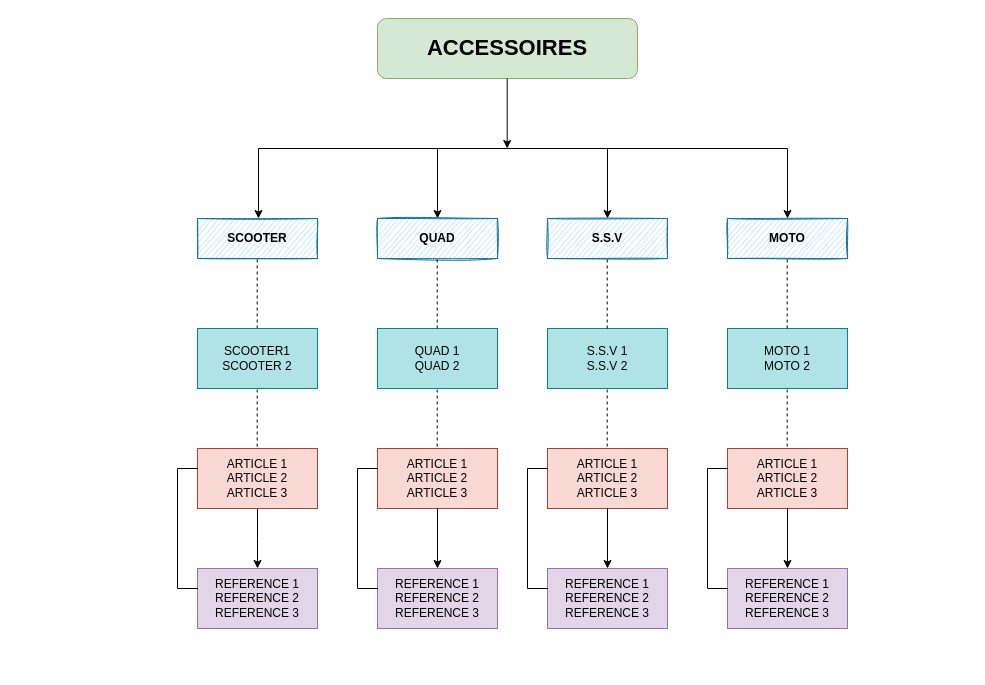
The draw.io diagram Untitled Diagram.drawio in lotfi54/Pizza, before the edit. Source tidied: cells renumbered, new cells numbered last; positions are measured from the earlier drawing's top-left corner, leaving out a move shared by most shapes. Both pictures are drawn from the tidied source at 100%, with x=0, y=0 at pixel (177, 18).
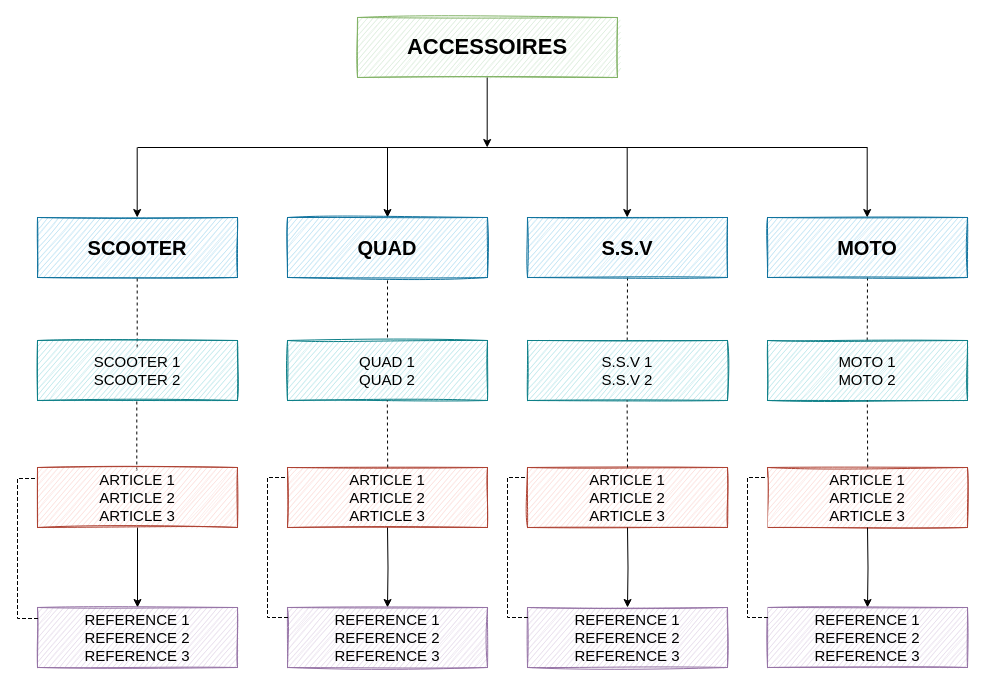
The same diagram, later.

The edit, as a diff of the source:
```diff
@@
-    <mxCell id="2" value="&lt;b&gt;&lt;font style=&quot;font-size: 22px&quot;&gt;ACCESSOIRES&lt;/font&gt;&lt;/b&gt;" style="rounded=1;whiteSpace=wrap;html=1;fillColor=#d5e8d4;strokeColor=#82b366;" parent="1" vertex="1">
-      <mxGeometry x="200" width="260" height="60" as="geometry" />
+    <mxCell id="2" value="&lt;b&gt;&lt;font style=&quot;font-size: 22px&quot;&gt;ACCESSOIRES&lt;/font&gt;&lt;/b&gt;" style="rounded=0;whiteSpace=wrap;html=1;fillColor=#d5e8d4;strokeColor=#82b366;sketch=1;" parent="1" vertex="1">
+      <mxGeometry x="180" y="-1" width="260" height="60" as="geometry" />
     </mxCell>
     <mxCell id="3" style="endArrow=none;html=1;" parent="1" edge="1">
       <mxGeometry relative="1" as="geometry">
-        <mxPoint x="81" y="130" as="sourcePoint" />
-        <mxPoint x="610" y="130" as="targetPoint" />
+        <mxPoint x="-40" y="129" as="sourcePoint" />
+        <mxPoint x="690" y="129" as="targetPoint" />
       </mxGeometry>
     </mxCell>
     <mxCell id="4" style="endArrow=classic;html=1;" parent="1" edge="1">
       <mxGeometry relative="1" as="geometry">
-        <mxPoint x="81" y="130" as="sourcePoint" />
-        <mxPoint x="81" y="200" as="targetPoint" />
+        <mxPoint x="-40.3" y="129" as="sourcePoint" />
+        <mxPoint x="-40.3" y="199" as="targetPoint" />
       </mxGeometry>
     </mxCell>
     <mxCell id="5" style="endArrow=classic;html=1;" parent="1" edge="1">
       <mxGeometry relative="1" as="geometry">
-        <mxPoint x="430" y="130" as="sourcePoint" />
-        <mxPoint x="430" y="200" as="targetPoint" />
+        <mxPoint x="449.7" y="129" as="sourcePoint" />
+        <mxPoint x="449.7" y="199" as="targetPoint" />
       </mxGeometry>
     </mxCell>
     <mxCell id="6" style="endArrow=classic;html=1;" parent="1" edge="1">
       <mxGeometry relative="1" as="geometry">
-        <mxPoint x="260" y="130" as="sourcePoint" />
-        <mxPoint x="260" y="200" as="targetPoint" />
+        <mxPoint x="210" y="129" as="sourcePoint" />
+        <mxPoint x="210" y="199" as="targetPoint" />
       </mxGeometry>
     </mxCell>
     <mxCell id="7" style="endArrow=classic;html=1;" parent="1" edge="1">
       <mxGeometry relative="1" as="geometry">
-        <mxPoint x="610" y="130" as="sourcePoint" />
-        <mxPoint x="610" y="200" as="targetPoint" />
+        <mxPoint x="689.7" y="129" as="sourcePoint" />
+        <mxPoint x="689.7" y="199" as="targetPoint" />
       </mxGeometry>
     </mxCell>
-    <mxCell id="8" value="&lt;b&gt;SCOOTER&lt;/b&gt;" style="rounded=0;whiteSpace=wrap;html=1;fillColor=#b1ddf0;strokeColor=#10739e;glass=0;shadow=0;sketch=1;" parent="1" vertex="1">
-      <mxGeometry x="20" y="200" width="120" height="40" as="geometry" />
+    <mxCell id="8" value="&lt;b&gt;&lt;font style=&quot;font-size: 20px&quot;&gt;SCOOTER&lt;/font&gt;&lt;/b&gt;" style="rounded=0;whiteSpace=wrap;html=1;fillColor=#b1ddf0;strokeColor=#10739e;glass=0;shadow=0;sketch=1;" parent="1" vertex="1">
+      <mxGeometry x="-140" y="199" width="200" height="60" as="geometry" />
     </mxCell>
+    <mxCell id="12" style="endArrow=classic;html=1;" parent="1" edge="1">
+      <mxGeometry relative="1" as="geometry">
+        <mxPoint x="309.7" y="59" as="sourcePoint" />
+        <mxPoint x="309.7" y="129" as="targetPoint" />
+      </mxGeometry>
+    </mxCell>
+    <mxCell id="13" style="endArrow=none;dashed=1;html=1;" parent="1" edge="1">
+      <mxGeometry relative="1" as="geometry">
+        <mxPoint x="-40.3" y="329" as="sourcePoint" />
+        <mxPoint x="-40.3" y="259" as="targetPoint" />
+      </mxGeometry>
+    </mxCell>
+    <mxCell id="14" value="&lt;font style=&quot;font-size: 15px&quot;&gt;SCOOTER 1&lt;br&gt;SCOOTER 2&lt;/font&gt;" style="rounded=0;whiteSpace=wrap;html=1;fillColor=#b0e3e6;strokeColor=#0e8088;sketch=1;" parent="1" vertex="1">
+      <mxGeometry x="-140" y="322" width="200" height="60" as="geometry" />
+    </mxCell>
+    <mxCell id="16" style="endArrow=none;dashed=1;html=1;entryX=0.5;entryY=1;entryDx=0;entryDy=0;" parent="1" edge="1" target="9">
+      <mxGeometry relative="1" as="geometry">
+        <mxPoint x="210" y="319" as="sourcePoint" />
+      </mxGeometry>
+    </mxCell>
+    <mxCell id="18" style="endArrow=none;dashed=1;html=1;entryX=0.5;entryY=1;entryDx=0;entryDy=0;" parent="1" edge="1" target="10">
+      <mxGeometry relative="1" as="geometry">
+        <mxPoint x="449.7" y="322" as="sourcePoint" />
+      </mxGeometry>
+    </mxCell>
+    <mxCell id="20" style="endArrow=none;dashed=1;html=1;entryX=0.5;entryY=1;entryDx=0;entryDy=0;" parent="1" edge="1" target="11">
+      <mxGeometry relative="1" as="geometry">
+        <mxPoint x="689.7" y="322" as="sourcePoint" />
+      </mxGeometry>
+    </mxCell>
+    <mxCell id="21" style="endArrow=none;dashed=1;html=1;" parent="1" edge="1">
+      <mxGeometry relative="1" as="geometry">
+        <mxPoint x="-40.7" y="452" as="sourcePoint" />
+        <mxPoint x="-40.7" y="382" as="targetPoint" />
+      </mxGeometry>
+    </mxCell>
+    <mxCell id="41" style="edgeStyle=orthogonalEdgeStyle;rounded=0;jettySize=auto;html=1;" parent="1" edge="1" source="23" target="30">
+      <mxGeometry relative="1" as="geometry" />
+    </mxCell>
+    <mxCell id="23" value="&lt;font style=&quot;font-size: 15px&quot;&gt;ARTICLE 1&lt;br&gt;ARTICLE 2&lt;br&gt;ARTICLE 3&lt;/font&gt;" style="rounded=0;whiteSpace=wrap;html=1;fillColor=#fad9d5;strokeColor=#ae4132;sketch=1;" parent="1" vertex="1">
+      <mxGeometry x="-140" y="449" width="200" height="60" as="geometry" />
+    </mxCell>
+    <mxCell id="25" value="&lt;font style=&quot;font-size: 15px&quot;&gt;ARTICLE 1&lt;br&gt;ARTICLE 2&lt;br&gt;ARTICLE 3&lt;/font&gt;" style="rounded=0;whiteSpace=wrap;html=1;fillColor=#fad9d5;strokeColor=#ae4132;sketch=1;" parent="1" vertex="1">
+      <mxGeometry x="110" y="449" width="200" height="60" as="geometry" />
+    </mxCell>
+    <mxCell id="27" value="&lt;font style=&quot;font-size: 15px&quot;&gt;ARTICLE 1&lt;br&gt;ARTICLE 2&lt;br&gt;ARTICLE 3&lt;/font&gt;" style="rounded=0;whiteSpace=wrap;html=1;fillColor=#fad9d5;strokeColor=#ae4132;sketch=1;" parent="1" vertex="1">
+      <mxGeometry x="350" y="449" width="200" height="60" as="geometry" />
+    </mxCell>
+    <mxCell id="29" value="&lt;font style=&quot;font-size: 15px&quot;&gt;ARTICLE 1&lt;br&gt;ARTICLE 2&lt;br&gt;ARTICLE 3&lt;/font&gt;" style="rounded=0;whiteSpace=wrap;html=1;fillColor=#fad9d5;strokeColor=#ae4132;sketch=1;" parent="1" vertex="1">
+      <mxGeometry x="590" y="449" width="200" height="60" as="geometry" />
+    </mxCell>
+    <mxCell id="30" value="&lt;font style=&quot;font-size: 15px&quot;&gt;REFERENCE 1&lt;br&gt;REFERENCE 2&lt;br&gt;REFERENCE 3&lt;/font&gt;" style="rounded=0;whiteSpace=wrap;html=1;strokeColor=#9673a6;fillColor=#e1d5e7;sketch=1;" parent="1" vertex="1">
+      <mxGeometry x="-140" y="589" width="200" height="60" as="geometry" />
+    </mxCell>
+    <mxCell id="31" style="shape=partialRectangle;whiteSpace=wrap;html=1;bottom=1;right=1;left=1;top=0;fillColor=none;routingCenterX=-0.5;direction=south;dashed=1;" parent="1" vertex="1">
+      <mxGeometry x="-160" y="460" width="20" height="140" as="geometry" />
+    </mxCell>
-    <mxCell id="9" value="&lt;b&gt;QUAD&lt;/b&gt;" style="rounded=0;whiteSpace=wrap;html=1;fillColor=#b1ddf0;strokeColor=#10739e;sketch=1;" parent="1" vertex="1">
-      <mxGeometry x="200" y="200" width="120" height="40" as="geometry" />
+    <mxCell id="9" value="&lt;b style=&quot;font-size: 20px&quot;&gt;QUAD&lt;/b&gt;" style="rounded=0;whiteSpace=wrap;html=1;fillColor=#b1ddf0;strokeColor=#10739e;glass=0;shadow=0;sketch=1;" parent="1" vertex="1">
+      <mxGeometry x="110" y="199" width="200" height="60" as="geometry" />
     </mxCell>
-    <mxCell id="10" value="&lt;b&gt;S.S.V&lt;/b&gt;" style="rounded=0;whiteSpace=wrap;html=1;fillColor=#b1ddf0;strokeColor=#10739e;sketch=1;" parent="1" vertex="1">
-      <mxGeometry x="370" y="200" width="120" height="40" as="geometry" />
+    <mxCell id="10" value="&lt;b style=&quot;font-size: 20px&quot;&gt;S.S.V&lt;/b&gt;" style="rounded=0;whiteSpace=wrap;html=1;fillColor=#b1ddf0;strokeColor=#10739e;glass=0;shadow=0;sketch=1;" parent="1" vertex="1">
+      <mxGeometry x="350" y="199" width="200" height="60" as="geometry" />
     </mxCell>
-    <mxCell id="11" value="&lt;b&gt;MOTO&lt;/b&gt;" style="rounded=0;whiteSpace=wrap;html=1;fillColor=#b1ddf0;strokeColor=#10739e;sketch=1;" parent="1" vertex="1">
-      <mxGeometry x="550" y="200" width="120" height="40" as="geometry" />
+    <mxCell id="11" value="&lt;b style=&quot;font-size: 20px&quot;&gt;MOTO&lt;/b&gt;" style="rounded=0;whiteSpace=wrap;html=1;fillColor=#b1ddf0;strokeColor=#10739e;glass=0;shadow=0;sketch=1;" parent="1" vertex="1">
+      <mxGeometry x="590" y="199" width="200" height="60" as="geometry" />
     </mxCell>
-    <mxCell id="12" style="endArrow=classic;html=1;" parent="1" edge="1">
-      <mxGeometry relative="1" as="geometry">
-        <mxPoint x="329.7" y="60" as="sourcePoint" />
-        <mxPoint x="329.7" y="130" as="targetPoint" />
-      </mxGeometry>
-    </mxCell>
-    <mxCell id="13" style="endArrow=none;dashed=1;html=1;" parent="1" edge="1">
-      <mxGeometry relative="1" as="geometry">
-        <mxPoint x="79.7" y="310" as="sourcePoint" />
-        <mxPoint x="79.7" y="240" as="targetPoint" />
-      </mxGeometry>
-    </mxCell>
-    <mxCell id="14" value="SCOOTER1&lt;br&gt;SCOOTER 2" style="rounded=0;whiteSpace=wrap;html=1;fillColor=#b0e3e6;strokeColor=#0e8088;" parent="1" vertex="1">
-      <mxGeometry x="20" y="310" width="120" height="60" as="geometry" />
-    </mxCell>
-    <mxCell id="15" value="QUAD 1&lt;br&gt;QUAD 2" style="rounded=0;whiteSpace=wrap;html=1;fillColor=#b0e3e6;strokeColor=#0e8088;" parent="1" vertex="1">
-      <mxGeometry x="200" y="310" width="120" height="60" as="geometry" />
+    <mxCell id="15" value="&lt;font style=&quot;font-size: 15px&quot;&gt;QUAD 1&lt;br&gt;QUAD 2&lt;/font&gt;" style="rounded=0;whiteSpace=wrap;html=1;fillColor=#b0e3e6;strokeColor=#0e8088;sketch=1;" parent="1" vertex="1">
+      <mxGeometry x="110" y="322" width="200" height="60" as="geometry" />
     </mxCell>
-    <mxCell id="16" style="endArrow=none;dashed=1;html=1;" parent="1" edge="1">
-      <mxGeometry relative="1" as="geometry">
-        <mxPoint x="259.7" y="310" as="sourcePoint" />
-        <mxPoint x="259.7" y="240" as="targetPoint" />
-      </mxGeometry>
-    </mxCell>
-    <mxCell id="17" value="S.S.V 1&lt;br&gt;S.S.V 2" style="rounded=0;whiteSpace=wrap;html=1;fillColor=#b0e3e6;strokeColor=#0e8088;" parent="1" vertex="1">
-      <mxGeometry x="370" y="310" width="120" height="60" as="geometry" />
+    <mxCell id="17" value="&lt;font style=&quot;font-size: 15px&quot;&gt;S.S.V 1&lt;br&gt;S.S.V 2&lt;/font&gt;" style="rounded=0;whiteSpace=wrap;html=1;fillColor=#b0e3e6;strokeColor=#0e8088;sketch=1;" parent="1" vertex="1">
+      <mxGeometry x="350" y="322" width="200" height="60" as="geometry" />
     </mxCell>
-    <mxCell id="18" style="endArrow=none;dashed=1;html=1;" parent="1" edge="1">
-      <mxGeometry relative="1" as="geometry">
-        <mxPoint x="429.7" y="310" as="sourcePoint" />
-        <mxPoint x="429.7" y="240" as="targetPoint" />
-      </mxGeometry>
-    </mxCell>
-    <mxCell id="19" value="MOTO 1&lt;br&gt;MOTO 2" style="rounded=0;whiteSpace=wrap;html=1;fillColor=#b0e3e6;strokeColor=#0e8088;" parent="1" vertex="1">
-      <mxGeometry x="550" y="310" width="120" height="60" as="geometry" />
+    <mxCell id="19" value="&lt;font style=&quot;font-size: 15px&quot;&gt;MOTO 1&lt;br&gt;MOTO 2&lt;/font&gt;" style="rounded=0;whiteSpace=wrap;html=1;fillColor=#b0e3e6;strokeColor=#0e8088;sketch=1;" parent="1" vertex="1">
+      <mxGeometry x="590" y="322" width="200" height="60" as="geometry" />
     </mxCell>
-    <mxCell id="20" style="endArrow=none;dashed=1;html=1;" parent="1" edge="1">
-      <mxGeometry relative="1" as="geometry">
-        <mxPoint x="609.7" y="310" as="sourcePoint" />
-        <mxPoint x="609.7" y="240" as="targetPoint" />
-      </mxGeometry>
-    </mxCell>
-    <mxCell id="21" style="endArrow=none;dashed=1;html=1;" parent="1" edge="1">
-      <mxGeometry relative="1" as="geometry">
-        <mxPoint x="79.7" y="440" as="sourcePoint" />
-        <mxPoint x="79.7" y="370" as="targetPoint" />
-      </mxGeometry>
-    </mxCell>
-    <mxCell id="22" style="edgeStyle=orthogonalEdgeStyle;rounded=0;jettySize=auto;html=1;" parent="1" edge="1" source="23">
-      <mxGeometry relative="1" as="geometry">
-        <mxPoint x="80" y="550" as="targetPoint" />
-      </mxGeometry>
-    </mxCell>
-    <mxCell id="23" value="ARTICLE 1&lt;br&gt;ARTICLE 2&lt;br&gt;ARTICLE 3" style="rounded=0;whiteSpace=wrap;html=1;fillColor=#fad9d5;strokeColor=#ae4132;" parent="1" vertex="1">
-      <mxGeometry x="20" y="430" width="120" height="60" as="geometry" />
-    </mxCell>
-    <mxCell id="24" style="endArrow=none;dashed=1;html=1;" parent="1" edge="1">
-      <mxGeometry relative="1" as="geometry">
-        <mxPoint x="259.7" y="440" as="sourcePoint" />
-        <mxPoint x="259.7" y="370" as="targetPoint" />
-      </mxGeometry>
-    </mxCell>
-    <mxCell id="25" value="ARTICLE 1&lt;br&gt;ARTICLE 2&lt;br&gt;ARTICLE 3" style="rounded=0;whiteSpace=wrap;html=1;fillColor=#fad9d5;strokeColor=#ae4132;" parent="1" vertex="1">
-      <mxGeometry x="200" y="430" width="120" height="60" as="geometry" />
-    </mxCell>
-    <mxCell id="26" style="endArrow=none;dashed=1;html=1;" parent="1" edge="1">
-      <mxGeometry relative="1" as="geometry">
-        <mxPoint x="429.7" y="440" as="sourcePoint" />
-        <mxPoint x="429.7" y="370" as="targetPoint" />
-      </mxGeometry>
-    </mxCell>
-    <mxCell id="27" value="ARTICLE 1&lt;br&gt;ARTICLE 2&lt;br&gt;ARTICLE 3" style="rounded=0;whiteSpace=wrap;html=1;fillColor=#fad9d5;strokeColor=#ae4132;" parent="1" vertex="1">
-      <mxGeometry x="370" y="430" width="120" height="60" as="geometry" />
-    </mxCell>
-    <mxCell id="28" style="endArrow=none;dashed=1;html=1;" parent="1" edge="1">
-      <mxGeometry relative="1" as="geometry">
-        <mxPoint x="609.7" y="440" as="sourcePoint" />
-        <mxPoint x="609.7" y="370" as="targetPoint" />
-      </mxGeometry>
-    </mxCell>
-    <mxCell id="29" value="ARTICLE 1&lt;br&gt;ARTICLE 2&lt;br&gt;ARTICLE 3" style="rounded=0;whiteSpace=wrap;html=1;fillColor=#fad9d5;strokeColor=#ae4132;" parent="1" vertex="1">
-      <mxGeometry x="550" y="430" width="120" height="60" as="geometry" />
-    </mxCell>
-    <mxCell id="30" value="REFERENCE 1&lt;br&gt;REFERENCE 2&lt;br&gt;REFERENCE 3" style="rounded=0;whiteSpace=wrap;html=1;strokeColor=#9673a6;fillColor=#e1d5e7;" parent="1" vertex="1">
-      <mxGeometry x="20" y="550" width="120" height="60" as="geometry" />
-    </mxCell>
-    <mxCell id="31" style="shape=partialRectangle;whiteSpace=wrap;html=1;bottom=1;right=1;left=1;top=0;fillColor=none;routingCenterX=-0.5;direction=south;" parent="1" vertex="1">
-      <mxGeometry y="450" width="20" height="120" as="geometry" />
-    </mxCell>
-    <mxCell id="32" style="edgeStyle=orthogonalEdgeStyle;rounded=0;orthogonalLoop=1;jettySize=auto;html=1;" parent="1" edge="1">
-      <mxGeometry relative="1" as="geometry">
-        <mxPoint x="260" y="490" as="sourcePoint" />
-        <mxPoint x="260" y="550" as="targetPoint" />
-      </mxGeometry>
-    </mxCell>
-    <mxCell id="33" value="REFERENCE 1&lt;br&gt;REFERENCE 2&lt;br&gt;REFERENCE 3" style="rounded=0;whiteSpace=wrap;html=1;strokeColor=#9673a6;fillColor=#e1d5e7;" parent="1" vertex="1">
-      <mxGeometry x="200" y="550" width="120" height="60" as="geometry" />
-    </mxCell>
-    <mxCell id="34" style="shape=partialRectangle;whiteSpace=wrap;html=1;bottom=1;right=1;left=1;top=0;fillColor=none;routingCenterX=-0.5;direction=south;" parent="1" vertex="1">
-      <mxGeometry x="180" y="450" width="20" height="120" as="geometry" />
-    </mxCell>
-    <mxCell id="35" style="edgeStyle=orthogonalEdgeStyle;rounded=0;orthogonalLoop=1;jettySize=auto;html=1;" parent="1" edge="1">
-      <mxGeometry relative="1" as="geometry">
-        <mxPoint x="430" y="490" as="sourcePoint" />
-        <mxPoint x="430" y="550" as="targetPoint" />
-      </mxGeometry>
-    </mxCell>
-    <mxCell id="36" value="REFERENCE 1&lt;br&gt;REFERENCE 2&lt;br&gt;REFERENCE 3" style="rounded=0;whiteSpace=wrap;html=1;strokeColor=#9673a6;fillColor=#e1d5e7;" parent="1" vertex="1">
-      <mxGeometry x="370" y="550" width="120" height="60" as="geometry" />
-    </mxCell>
-    <mxCell id="37" style="shape=partialRectangle;whiteSpace=wrap;html=1;bottom=1;right=1;left=1;top=0;fillColor=none;routingCenterX=-0.5;direction=south;" parent="1" vertex="1">
-      <mxGeometry x="350" y="450" width="20" height="120" as="geometry" />
-    </mxCell>
-    <mxCell id="38" style="edgeStyle=orthogonalEdgeStyle;rounded=0;orthogonalLoop=1;jettySize=auto;html=1;" parent="1" edge="1">
-      <mxGeometry relative="1" as="geometry">
-        <mxPoint x="610" y="490" as="sourcePoint" />
-        <mxPoint x="610" y="550" as="targetPoint" />
-      </mxGeometry>
-    </mxCell>
-    <mxCell id="39" value="REFERENCE 1&lt;br&gt;REFERENCE 2&lt;br&gt;REFERENCE 3" style="rounded=0;whiteSpace=wrap;html=1;strokeColor=#9673a6;fillColor=#e1d5e7;" parent="1" vertex="1">
-      <mxGeometry x="550" y="550" width="120" height="60" as="geometry" />
-    </mxCell>
-    <mxCell id="40" style="shape=partialRectangle;whiteSpace=wrap;html=1;bottom=1;right=1;left=1;top=0;fillColor=none;routingCenterX=-0.5;direction=south;" parent="1" vertex="1">
-      <mxGeometry x="530" y="450" width="20" height="120" as="geometry" />
-    </mxCell>
+    <mxCell id="42" style="endArrow=none;dashed=1;html=1;" parent="1" edge="1">
+      <mxGeometry relative="1" as="geometry">
+        <mxPoint x="450" y="449" as="sourcePoint" />
+        <mxPoint x="449.6" y="382" as="targetPoint" />
+      </mxGeometry>
+    </mxCell>
+    <mxCell id="43" style="endArrow=none;dashed=1;html=1;" parent="1" edge="1">
+      <mxGeometry relative="1" as="geometry">
+        <mxPoint x="210.2" y="449" as="sourcePoint" />
+        <mxPoint x="209.8" y="382" as="targetPoint" />
+      </mxGeometry>
+    </mxCell>
+    <mxCell id="44" style="endArrow=none;dashed=1;html=1;" parent="1" edge="1">
+      <mxGeometry relative="1" as="geometry">
+        <mxPoint x="690.2" y="449" as="sourcePoint" />
+        <mxPoint x="689.8" y="382" as="targetPoint" />
+      </mxGeometry>
+    </mxCell>
+    <mxCell id="45" style="edgeStyle=orthogonalEdgeStyle;rounded=0;jettySize=auto;html=1;" parent="1" edge="1" target="46">
+      <mxGeometry relative="1" as="geometry">
+        <mxPoint x="210" y="509" as="sourcePoint" />
+      </mxGeometry>
+    </mxCell>
+    <mxCell id="46" value="&lt;font style=&quot;font-size: 15px&quot;&gt;REFERENCE 1&lt;br&gt;REFERENCE 2&lt;br&gt;REFERENCE 3&lt;/font&gt;" style="rounded=0;whiteSpace=wrap;html=1;strokeColor=#9673a6;fillColor=#e1d5e7;sketch=1;" parent="1" vertex="1">
+      <mxGeometry x="110" y="589" width="200" height="60" as="geometry" />
+    </mxCell>
+    <mxCell id="47" style="shape=partialRectangle;whiteSpace=wrap;html=1;bottom=1;right=1;left=1;top=0;fillColor=none;routingCenterX=-0.5;direction=south;dashed=1;" parent="1" vertex="1">
+      <mxGeometry x="90" y="459" width="20" height="140" as="geometry" />
+    </mxCell>
+    <mxCell id="48" style="edgeStyle=orthogonalEdgeStyle;rounded=0;jettySize=auto;html=1;" parent="1" edge="1" target="49">
+      <mxGeometry relative="1" as="geometry">
+        <mxPoint x="450" y="509" as="sourcePoint" />
+      </mxGeometry>
+    </mxCell>
+    <mxCell id="49" value="&lt;font style=&quot;font-size: 15px&quot;&gt;REFERENCE 1&lt;br&gt;REFERENCE 2&lt;br&gt;REFERENCE 3&lt;/font&gt;" style="rounded=0;whiteSpace=wrap;html=1;strokeColor=#9673a6;fillColor=#e1d5e7;sketch=1;" parent="1" vertex="1">
+      <mxGeometry x="350" y="589" width="200" height="60" as="geometry" />
+    </mxCell>
+    <mxCell id="50" style="shape=partialRectangle;whiteSpace=wrap;html=1;bottom=1;right=1;left=1;top=0;fillColor=none;routingCenterX=-0.5;direction=south;dashed=1;" parent="1" vertex="1">
+      <mxGeometry x="330" y="459" width="20" height="140" as="geometry" />
+    </mxCell>
+    <mxCell id="51" style="edgeStyle=orthogonalEdgeStyle;rounded=0;jettySize=auto;html=1;" parent="1" edge="1" target="52">
+      <mxGeometry relative="1" as="geometry">
+        <mxPoint x="690" y="509" as="sourcePoint" />
+      </mxGeometry>
+    </mxCell>
+    <mxCell id="52" value="&lt;font style=&quot;font-size: 15px&quot;&gt;REFERENCE 1&lt;br&gt;REFERENCE 2&lt;br&gt;REFERENCE 3&lt;/font&gt;" style="rounded=0;whiteSpace=wrap;html=1;strokeColor=#9673a6;fillColor=#e1d5e7;sketch=1;" parent="1" vertex="1">
+      <mxGeometry x="590" y="589" width="200" height="60" as="geometry" />
+    </mxCell>
+    <mxCell id="53" style="shape=partialRectangle;whiteSpace=wrap;html=1;bottom=1;right=1;left=1;top=0;routingCenterX=-0.5;direction=south;dashed=1;" parent="1" vertex="1">
+      <mxGeometry x="570" y="459" width="20" height="140" as="geometry" />
+    </mxCell>
```
